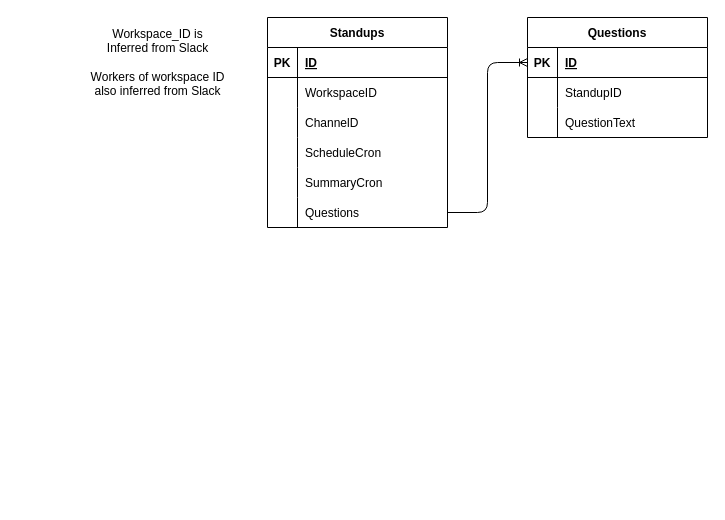
Before: packages/orm/orm.drawio in ThibaultJanBeyer/standup-bot, a draw.io diagram. Source tidied: cells renumbered, new cells numbered last; positions are measured from the earlier drawing's top-left corner, leaving out a move shared by most shapes. Both pictures are drawn from the tidied source at 100%, with x=0, y=0 at pixel (77, 17).
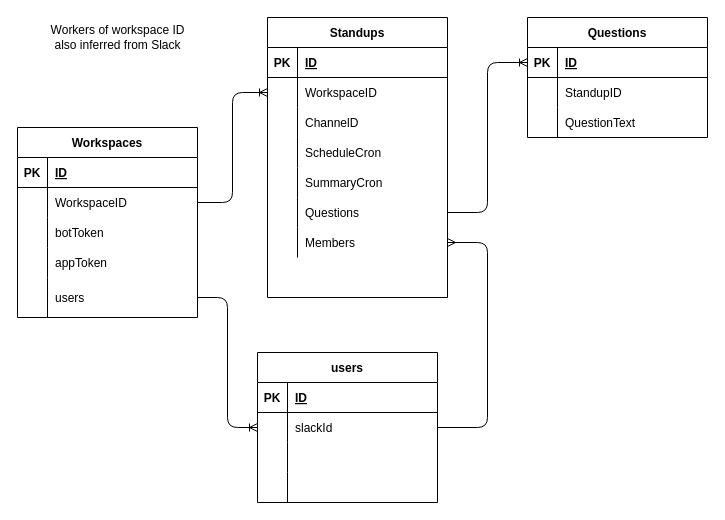
After the change.

Commit message (it also covers changes not shown here):
add users and workspaces with relations

The change refers to these unchanged cells:
```xml
<mxCell id="6" style="shape=tableRow;horizontal=0;startSize=0;swimlaneHead=0;swimlaneBody=0;fillColor=none;points=[[0,0.5],[1,0.5]];portConstraint=eastwest;top=0;left=0;right=0;bottom=0;" parent="2" vertex="1">
  <mxGeometry y="60" width="180" height="30" as="geometry" />
</mxCell>
<mxCell id="22" style="shape=tableRow;horizontal=0;startSize=0;swimlaneHead=0;swimlaneBody=0;fillColor=none;points=[[0,0.5],[1,0.5]];portConstraint=eastwest;top=0;left=0;right=0;bottom=1;" parent="21" vertex="1">
  <mxGeometry y="30" width="180" height="30" as="geometry" />
</mxCell>
```

The edit, as a diff of the source:
```diff
@@
     <mxCell id="2" value="Standups" style="shape=table;startSize=30;childLayout=tableLayout;rowLines=0;fontStyle=1;align=center;" parent="1" vertex="1">
-      <mxGeometry x="190" width="180" height="210" as="geometry" />
+      <mxGeometry x="190" width="180" height="280" as="geometry" />
     </mxCell>
@@
+    <mxCell id="33" style="shape=tableRow;horizontal=0;startSize=0;swimlaneHead=0;swimlaneBody=0;fillColor=none;points=[[0,0.5],[1,0.5]];portConstraint=eastwest;top=0;left=0;right=0;bottom=0;" parent="2" vertex="1">
+      <mxGeometry y="180" width="180" height="30" as="geometry" />
+    </mxCell>
+    <mxCell id="34" style="shape=partialRectangle;fillColor=none;top=0;left=0;bottom=0;right=0;overflow=hidden;" parent="33" vertex="1">
+      <mxGeometry width="30" height="30" as="geometry" />
+    </mxCell>
+    <mxCell id="35" value="Questions" style="shape=partialRectangle;fillColor=none;top=0;left=0;bottom=0;right=0;align=left;spacingLeft=6;overflow=hidden;" parent="33" vertex="1">
+      <mxGeometry x="30" width="150" height="30" as="geometry" />
+    </mxCell>
     <mxCell id="18" style="shape=tableRow;horizontal=0;startSize=0;swimlaneHead=0;swimlaneBody=0;fillColor=none;points=[[0,0.5],[1,0.5]];portConstraint=eastwest;top=0;left=0;right=0;bottom=0;" parent="2" vertex="1">
-      <mxGeometry y="180" width="180" height="30" as="geometry" />
+      <mxGeometry y="210" width="180" height="30" as="geometry" />
     </mxCell>
@@
-    <mxCell id="20" value="Questions" style="shape=partialRectangle;fillColor=none;top=0;left=0;bottom=0;right=0;align=left;spacingLeft=6;overflow=hidden;" parent="18" vertex="1">
+    <mxCell id="20" value="Members" style="shape=partialRectangle;fillColor=none;top=0;left=0;bottom=0;right=0;align=left;spacingLeft=6;overflow=hidden;" parent="18" vertex="1">
       <mxGeometry x="30" width="150" height="30" as="geometry" />
     </mxCell>
@@
-    <mxCell id="31" style="edgeStyle=orthogonalEdgeStyle;html=1;exitX=0;exitY=0.5;exitDx=0;exitDy=0;entryX=1;entryY=0.5;entryDx=0;entryDy=0;endArrow=none;endFill=0;startArrow=ERoneToMany;startFill=0;" parent="1" edge="1" source="22" target="18">
+    <mxCell id="31" style="edgeStyle=orthogonalEdgeStyle;html=1;exitX=0;exitY=0.5;exitDx=0;exitDy=0;entryX=1;entryY=0.5;entryDx=0;entryDy=0;endArrow=none;endFill=0;startArrow=ERoneToMany;startFill=0;" parent="1" edge="1" source="22" target="33">
       <mxGeometry relative="1" as="geometry" />
     </mxCell>
-    <mxCell id="32" value="Workspace_ID is&lt;br&gt;Inferred from Slack&lt;br&gt;&lt;br&gt;Workers of workspace ID&lt;br&gt;also inferred from Slack" style="text;html=1;align=center;verticalAlign=middle;strokeColor=none;fillColor=none;" parent="1" vertex="1">
-      <mxGeometry width="160" height="90" as="geometry" />
+    <mxCell id="32" value="Workers of workspace ID&lt;br&gt;also inferred from Slack" style="text;html=1;align=center;verticalAlign=middle;strokeColor=none;fillColor=none;" parent="1" vertex="1">
+      <mxGeometry x="-40" width="160" height="40" as="geometry" />
     </mxCell>
+    <mxCell id="36" value="Workspaces" style="shape=table;startSize=30;childLayout=tableLayout;rowLines=0;fontStyle=1;align=center;" parent="1" vertex="1">
+      <mxGeometry x="-60" y="110" width="180" height="190" as="geometry" />
+    </mxCell>
+    <mxCell id="37" style="shape=tableRow;horizontal=0;startSize=0;swimlaneHead=0;swimlaneBody=0;fillColor=none;top=0;left=0;right=0;bottom=1;" parent="36" vertex="1">
+      <mxGeometry y="30" width="180" height="30" as="geometry" />
+    </mxCell>
+    <mxCell id="38" value="PK" style="shape=partialRectangle;fillColor=none;top=0;left=0;bottom=0;right=0;fontStyle=1;overflow=hidden;" parent="37" vertex="1">
+      <mxGeometry width="30" height="30" as="geometry" />
+    </mxCell>
+    <mxCell id="39" value="ID" style="shape=partialRectangle;fillColor=none;top=0;left=0;bottom=0;right=0;align=left;spacingLeft=6;fontStyle=5;overflow=hidden;" parent="37" vertex="1">
+      <mxGeometry x="30" width="150" height="30" as="geometry" />
+    </mxCell>
+    <mxCell id="40" style="shape=tableRow;horizontal=0;startSize=0;swimlaneHead=0;swimlaneBody=0;fillColor=none;points=[[0,0.5],[1,0.5]];portConstraint=eastwest;top=0;left=0;right=0;bottom=0;" parent="36" vertex="1">
+      <mxGeometry y="60" width="180" height="30" as="geometry" />
+    </mxCell>
+    <mxCell id="41" style="shape=partialRectangle;fillColor=none;top=0;left=0;bottom=0;right=0;overflow=hidden;" parent="40" vertex="1">
+      <mxGeometry width="30" height="30" as="geometry" />
+    </mxCell>
+    <mxCell id="42" value="WorkspaceID" style="shape=partialRectangle;fillColor=none;top=0;left=0;bottom=0;right=0;align=left;spacingLeft=6;overflow=hidden;" parent="40" vertex="1">
+      <mxGeometry x="30" width="150" height="30" as="geometry" />
+    </mxCell>
+    <mxCell id="43" style="shape=tableRow;horizontal=0;startSize=0;swimlaneHead=0;swimlaneBody=0;fillColor=none;top=0;left=0;right=0;bottom=0;" parent="36" vertex="1">
+      <mxGeometry y="90" width="180" height="30" as="geometry" />
+    </mxCell>
+    <mxCell id="44" style="shape=partialRectangle;fillColor=none;top=0;left=0;bottom=0;right=0;overflow=hidden;" parent="43" vertex="1">
+      <mxGeometry width="30" height="30" as="geometry" />
+    </mxCell>
+    <mxCell id="45" value="botToken" style="shape=partialRectangle;fillColor=none;top=0;left=0;bottom=0;right=0;align=left;spacingLeft=6;overflow=hidden;" parent="43" vertex="1">
+      <mxGeometry x="30" width="150" height="30" as="geometry" />
+    </mxCell>
+    <mxCell id="46" style="shape=tableRow;horizontal=0;startSize=0;swimlaneHead=0;swimlaneBody=0;fillColor=none;top=0;left=0;right=0;bottom=0;" parent="36" vertex="1">
+      <mxGeometry y="120" width="180" height="30" as="geometry" />
+    </mxCell>
+    <mxCell id="47" style="shape=partialRectangle;fillColor=none;top=0;left=0;bottom=0;right=0;overflow=hidden;" parent="46" vertex="1">
+      <mxGeometry width="30" height="30" as="geometry" />
+    </mxCell>
+    <mxCell id="48" value="appToken" style="shape=partialRectangle;fillColor=none;top=0;left=0;bottom=0;right=0;align=left;spacingLeft=6;overflow=hidden;" parent="46" vertex="1">
+      <mxGeometry x="30" width="150" height="30" as="geometry" />
+    </mxCell>
+    <mxCell id="49" style="shape=tableRow;horizontal=0;startSize=0;swimlaneHead=0;swimlaneBody=0;fillColor=none;points=[[0,0.5],[1,0.5]];portConstraint=eastwest;top=0;left=0;right=0;bottom=0;" parent="36" vertex="1">
+      <mxGeometry y="150" width="180" height="40" as="geometry" />
+    </mxCell>
+    <mxCell id="50" style="shape=partialRectangle;fillColor=none;top=0;left=0;bottom=0;right=0;overflow=hidden;" parent="49" vertex="1">
+      <mxGeometry width="30" height="40" as="geometry" />
+    </mxCell>
+    <mxCell id="51" value="users" style="shape=partialRectangle;fillColor=none;top=0;left=0;bottom=0;right=0;align=left;spacingLeft=6;overflow=hidden;" parent="49" vertex="1">
+      <mxGeometry x="30" width="150" height="40" as="geometry" />
+    </mxCell>
+    <mxCell id="52" style="edgeStyle=orthogonalEdgeStyle;html=1;exitX=1;exitY=0.5;exitDx=0;exitDy=0;entryX=0;entryY=0.5;entryDx=0;entryDy=0;endArrow=ERoneToMany;endFill=0;" parent="1" edge="1" source="40" target="6">
+      <mxGeometry relative="1" as="geometry" />
+    </mxCell>
+    <mxCell id="53" value="users" style="shape=table;startSize=30;childLayout=tableLayout;rowLines=0;fontStyle=1;align=center;" parent="1" vertex="1">
+      <mxGeometry x="180" y="335" width="180" height="150" as="geometry" />
+    </mxCell>
+    <mxCell id="54" style="shape=tableRow;horizontal=0;startSize=0;swimlaneHead=0;swimlaneBody=0;fillColor=none;top=0;left=0;right=0;bottom=1;" parent="53" vertex="1">
+      <mxGeometry y="30" width="180" height="30" as="geometry" />
+    </mxCell>
+    <mxCell id="55" value="PK" style="shape=partialRectangle;fillColor=none;top=0;left=0;bottom=0;right=0;fontStyle=1;overflow=hidden;" parent="54" vertex="1">
+      <mxGeometry width="30" height="30" as="geometry" />
+    </mxCell>
+    <mxCell id="56" value="ID" style="shape=partialRectangle;fillColor=none;top=0;left=0;bottom=0;right=0;align=left;spacingLeft=6;fontStyle=5;overflow=hidden;" parent="54" vertex="1">
+      <mxGeometry x="30" width="150" height="30" as="geometry" />
+    </mxCell>
+    <mxCell id="57" style="shape=tableRow;horizontal=0;startSize=0;swimlaneHead=0;swimlaneBody=0;fillColor=none;points=[[0,0.5],[1,0.5]];portConstraint=eastwest;top=0;left=0;right=0;bottom=0;" parent="53" vertex="1">
+      <mxGeometry y="60" width="180" height="30" as="geometry" />
+    </mxCell>
+    <mxCell id="58" style="shape=partialRectangle;fillColor=none;top=0;left=0;bottom=0;right=0;overflow=hidden;" parent="57" vertex="1">
+      <mxGeometry width="30" height="30" as="geometry" />
+    </mxCell>
+    <mxCell id="59" value="slackId" style="shape=partialRectangle;fillColor=none;top=0;left=0;bottom=0;right=0;align=left;spacingLeft=6;overflow=hidden;" parent="57" vertex="1">
+      <mxGeometry x="30" width="150" height="30" as="geometry" />
+    </mxCell>
+    <mxCell id="60" style="shape=tableRow;horizontal=0;startSize=0;swimlaneHead=0;swimlaneBody=0;fillColor=none;top=0;left=0;right=0;bottom=0;" parent="53" vertex="1">
+      <mxGeometry y="90" width="180" height="30" as="geometry" />
+    </mxCell>
+    <mxCell id="61" style="shape=partialRectangle;fillColor=none;top=0;left=0;bottom=0;right=0;overflow=hidden;" parent="60" vertex="1">
+      <mxGeometry width="30" height="30" as="geometry" />
+    </mxCell>
+    <mxCell id="62" style="shape=partialRectangle;fillColor=none;top=0;left=0;bottom=0;right=0;align=left;spacingLeft=6;overflow=hidden;" parent="60" vertex="1">
+      <mxGeometry x="30" width="150" height="30" as="geometry" />
+    </mxCell>
+    <mxCell id="63" style="shape=tableRow;horizontal=0;startSize=0;swimlaneHead=0;swimlaneBody=0;fillColor=none;top=0;left=0;right=0;bottom=0;" parent="53" vertex="1">
+      <mxGeometry y="120" width="180" height="30" as="geometry" />
+    </mxCell>
+    <mxCell id="64" style="shape=partialRectangle;fillColor=none;top=0;left=0;bottom=0;right=0;overflow=hidden;" parent="63" vertex="1">
+      <mxGeometry width="30" height="30" as="geometry" />
+    </mxCell>
+    <mxCell id="65" style="shape=partialRectangle;fillColor=none;top=0;left=0;bottom=0;right=0;align=left;spacingLeft=6;overflow=hidden;" parent="63" vertex="1">
+      <mxGeometry x="30" width="150" height="30" as="geometry" />
+    </mxCell>
+    <mxCell id="66" style="edgeStyle=orthogonalEdgeStyle;html=1;exitX=0;exitY=0.5;exitDx=0;exitDy=0;entryX=1;entryY=0.5;entryDx=0;entryDy=0;endArrow=none;endFill=0;startArrow=ERoneToMany;startFill=0;" parent="1" edge="1" source="57" target="49">
+      <mxGeometry relative="1" as="geometry" />
+    </mxCell>
+    <mxCell id="67" style="edgeStyle=orthogonalEdgeStyle;html=1;exitX=1;exitY=0.5;exitDx=0;exitDy=0;entryX=1;entryY=0.5;entryDx=0;entryDy=0;startArrow=ERmany;startFill=0;endArrow=none;endFill=0;" parent="1" edge="1" source="18" target="57">
+      <mxGeometry relative="1" as="geometry">
+        <Array as="points">
+          <mxPoint x="410" y="225" />
+          <mxPoint x="410" y="410" />
+        </Array>
+      </mxGeometry>
+    </mxCell>
```
